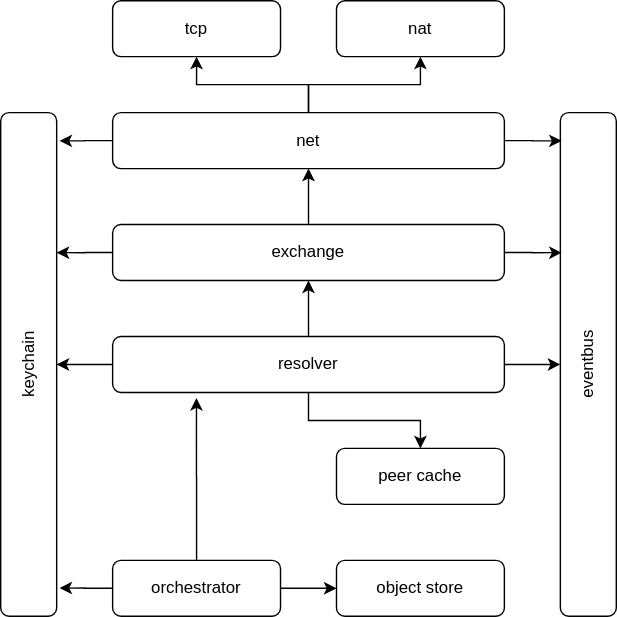
Above: README-lib-architecture.drawio.svg in nimona/go-nimona (draw.io), before the change. Source tidied: cells renumbered, new cells last; positions are measured from the earlier drawing's top-left corner, leaving out a move shared by most shapes.
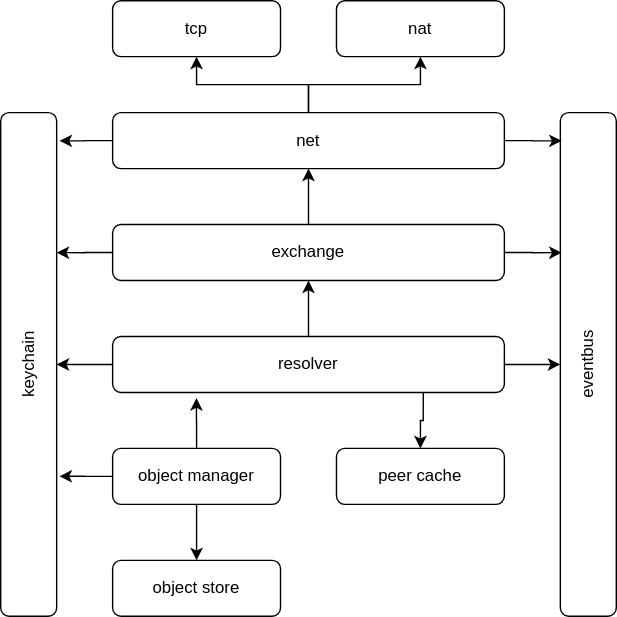
The same file after the commit.

Commit message:
chore(README): add objectmanager to architecture

What changed in the source:
```diff
@@ -44,26 +44,26 @@
     <mxCell id="15" style="edgeStyle=orthogonalEdgeStyle;rounded=0;jettySize=auto;html=1;entryX=1;entryY=0.5;entryDx=0;entryDy=0;" parent="1" edge="1" source="17" target="2">
       <mxGeometry relative="1" as="geometry" />
     </mxCell>
-    <mxCell id="16" style="edgeStyle=orthogonalEdgeStyle;rounded=0;jettySize=auto;html=1;entryX=0.5;entryY=0;entryDx=0;entryDy=0;" parent="1" edge="1" source="17" target="23">
+    <mxCell id="16" style="edgeStyle=orthogonalEdgeStyle;rounded=0;jettySize=auto;html=1;entryX=0.5;entryY=0;entryDx=0;entryDy=0;exitX=0.793;exitY=0.975;exitDx=0;exitDy=0;exitPerimeter=0;" parent="1" edge="1" source="17" target="23">
       <mxGeometry relative="1" as="geometry" />
     </mxCell>
     <mxCell id="17" value="resolver" style="rounded=1;whiteSpace=wrap;html=1;labelBackgroundColor=none;gradientColor=none;" parent="1" vertex="1">
       <mxGeometry x="80" y="240" width="280" height="40" as="geometry" />
     </mxCell>
-    <mxCell id="18" style="edgeStyle=orthogonalEdgeStyle;rounded=0;jettySize=auto;html=1;entryX=0;entryY=0.5;entryDx=0;entryDy=0;" parent="1" edge="1" source="21" target="22">
+    <mxCell id="18" style="edgeStyle=orthogonalEdgeStyle;rounded=0;jettySize=auto;html=1;entryX=0.5;entryY=0;entryDx=0;entryDy=0;" parent="1" edge="1" source="21" target="22">
       <mxGeometry relative="1" as="geometry" />
     </mxCell>
     <mxCell id="19" style="edgeStyle=orthogonalEdgeStyle;rounded=0;jettySize=auto;html=1;entryX=0.214;entryY=1.1;entryDx=0;entryDy=0;entryPerimeter=0;" parent="1" edge="1" source="21" target="17">
       <mxGeometry relative="1" as="geometry" />
     </mxCell>
-    <mxCell id="20" style="edgeStyle=orthogonalEdgeStyle;rounded=0;jettySize=auto;html=1;entryX=1.05;entryY=0.944;entryDx=0;entryDy=0;entryPerimeter=0;" parent="1" edge="1" source="21" target="2">
+    <mxCell id="20" style="edgeStyle=orthogonalEdgeStyle;rounded=0;jettySize=auto;html=1;entryX=1.05;entryY=0.722;entryDx=0;entryDy=0;entryPerimeter=0;" parent="1" edge="1" source="21" target="2">
       <mxGeometry relative="1" as="geometry" />
     </mxCell>
-    <mxCell id="21" value="orchestrator" style="rounded=1;whiteSpace=wrap;html=1;" parent="1" vertex="1">
-      <mxGeometry x="80" y="400" width="120" height="40" as="geometry" />
+    <mxCell id="21" value="object manager" style="rounded=1;whiteSpace=wrap;html=1;" parent="1" vertex="1">
+      <mxGeometry x="80" y="320" width="120" height="40" as="geometry" />
     </mxCell>
     <mxCell id="22" value="object store" style="rounded=1;whiteSpace=wrap;html=1;" parent="1" vertex="1">
-      <mxGeometry x="240" y="400" width="120" height="40" as="geometry" />
+      <mxGeometry x="80" y="400" width="120" height="40" as="geometry" />
     </mxCell>
     <mxCell id="23" value="peer cache" style="rounded=1;whiteSpace=wrap;html=1;labelBackgroundColor=none;gradientColor=none;" parent="1" vertex="1">
       <mxGeometry x="240" y="320" width="120" height="40" as="geometry" />
```
